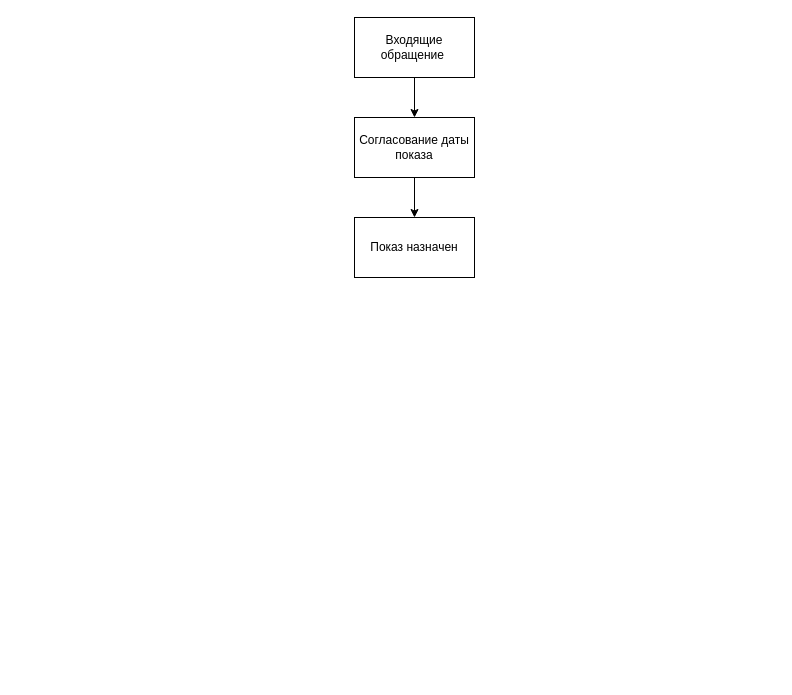
Earlier version of the draw.io diagram buyers/Untitled Diagram.drawio (Legion112/homeapp-clients-diagrams). Source tidied: cells renumbered, new cells numbered last; positions are measured from the earlier drawing's top-left corner, leaving out a move shared by most shapes. Both pictures are drawn from the tidied source at 100%, with x=0, y=0 at pixel (354, 17).
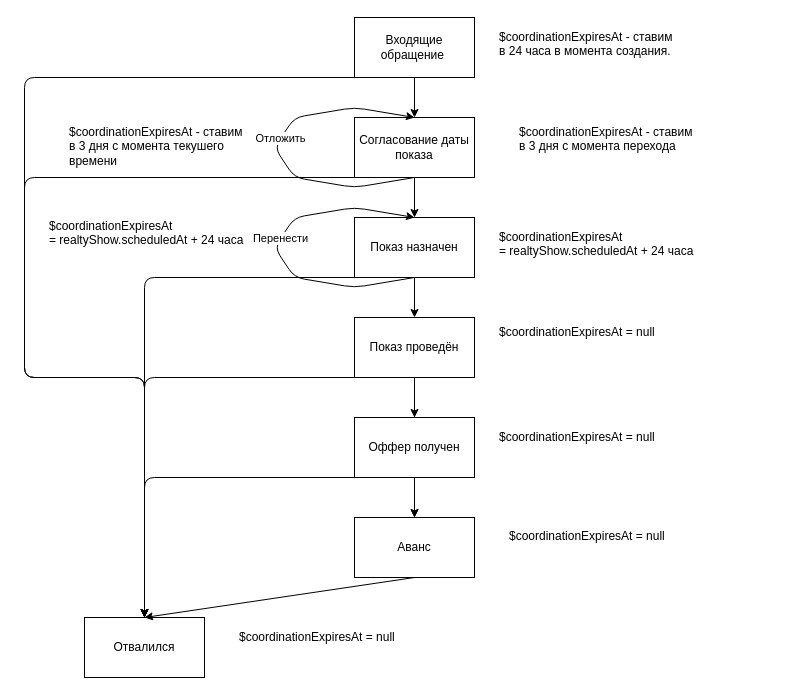
Above is the later version.

Commit message:
Finish the diagram

The change refers to these unchanged cells:
```xml
<mxCell id="3" value="Согласование даты показа" style="rounded=0;whiteSpace=wrap;html=1;" parent="1" vertex="1">
  <mxGeometry y="100" width="120" height="60" as="geometry" />
</mxCell>
```

What changed in the source:
```diff
@@
+    <mxCell id="7" style="edgeStyle=orthogonalEdgeStyle;rounded=0;jettySize=auto;html=1;" parent="1" edge="1" source="8" target="12">
+      <mxGeometry relative="1" as="geometry" />
+    </mxCell>
+    <mxCell id="8" value="Показ проведён" style="rounded=0;whiteSpace=wrap;html=1;" parent="1" vertex="1">
+      <mxGeometry y="300" width="120" height="60" as="geometry" />
+    </mxCell>
+    <mxCell id="9" style="endArrow=classic;html=1;exitX=0.5;exitY=1;exitDx=0;exitDy=0;entryX=0.5;entryY=0;entryDx=0;entryDy=0;" parent="1" edge="1" target="8">
+      <mxGeometry relative="1" as="geometry">
+        <mxPoint x="60" y="260" as="sourcePoint" />
+      </mxGeometry>
+    </mxCell>
+    <mxCell id="10" value="Оффер получен" style="rounded=0;whiteSpace=wrap;html=1;" parent="1" vertex="1">
+      <mxGeometry y="400" width="120" height="60" as="geometry" />
+    </mxCell>
+    <mxCell id="11" style="endArrow=classic;html=1;exitX=0.5;exitY=1;exitDx=0;exitDy=0;entryX=0.5;entryY=0;entryDx=0;entryDy=0;" parent="1" edge="1" target="10">
+      <mxGeometry relative="1" as="geometry">
+        <mxPoint x="60" y="360" as="sourcePoint" />
+      </mxGeometry>
+    </mxCell>
+    <mxCell id="12" value="Аванс" style="rounded=0;whiteSpace=wrap;html=1;" parent="1" vertex="1">
+      <mxGeometry y="500" width="120" height="60" as="geometry" />
+    </mxCell>
+    <mxCell id="13" style="endArrow=classic;html=1;exitX=0.5;exitY=1;exitDx=0;exitDy=0;entryX=0.5;entryY=0;entryDx=0;entryDy=0;" parent="1" edge="1" target="12">
+      <mxGeometry relative="1" as="geometry">
+        <mxPoint x="60" y="460" as="sourcePoint" />
+      </mxGeometry>
+    </mxCell>
+    <mxCell id="14" value="Отвалился" style="rounded=0;whiteSpace=wrap;html=1;" parent="1" vertex="1">
+      <mxGeometry x="-270" y="600" width="120" height="60" as="geometry" />
+    </mxCell>
+    <mxCell id="15" style="endArrow=classic;html=1;exitX=0.5;exitY=1;exitDx=0;exitDy=0;entryX=0.5;entryY=0;entryDx=0;entryDy=0;" parent="1" edge="1" target="14">
+      <mxGeometry relative="1" as="geometry">
+        <mxPoint x="60" y="560" as="sourcePoint" />
+      </mxGeometry>
+    </mxCell>
+    <mxCell id="16" value="&lt;p&gt;$coordinationExpiresAt - ставим в 24 часа в момента создания.&lt;/p&gt;" style="text;html=1;strokeColor=none;fillColor=none;spacing=5;spacingTop=-20;whiteSpace=wrap;overflow=hidden;rounded=0;" parent="1" vertex="1">
+      <mxGeometry x="140" y="11" width="190" height="49" as="geometry" />
+    </mxCell>
+    <mxCell id="17" value="&lt;p&gt;$coordinationExpiresAt - ставим в 3 дня с момента перехода&lt;/p&gt;" style="text;html=1;strokeColor=none;fillColor=none;spacing=5;spacingTop=-20;whiteSpace=wrap;overflow=hidden;rounded=0;" parent="1" vertex="1">
+      <mxGeometry x="160" y="105.5" width="190" height="49" as="geometry" />
+    </mxCell>
+    <mxCell id="18" style="endArrow=classic;html=1;exitX=0.5;exitY=1;exitDx=0;exitDy=0;" parent="1" edge="1" source="3">
+      <mxGeometry relative="1" as="geometry">
+        <mxPoint x="60" y="100" as="targetPoint" />
+        <Array as="points">
+          <mxPoint y="170" />
+          <mxPoint x="-60" y="160" />
+          <mxPoint x="-80" y="130" />
+          <mxPoint x="-60" y="100" />
+          <mxPoint y="90" />
+        </Array>
+      </mxGeometry>
+    </mxCell>
+    <mxCell id="19" value="Отложить" style="edgeLabel;html=1;align=center;verticalAlign=middle;" parent="18" vertex="1">
+      <mxGeometry x="0.07" y="1" relative="1" as="geometry" />
+    </mxCell>
+    <mxCell id="20" value="&lt;p&gt;$coordinationExpiresAt - ставим в 3 дня с момента текушего времени&lt;/p&gt;" style="text;html=1;strokeColor=none;fillColor=none;spacing=5;spacingTop=-20;whiteSpace=wrap;overflow=hidden;rounded=0;" parent="1" vertex="1">
+      <mxGeometry x="-290" y="105.5" width="190" height="49" as="geometry" />
+    </mxCell>
+    <mxCell id="21" value="&lt;p&gt;$coordinationExpiresAt =&amp;nbsp;&lt;span&gt;realtyShow.scheduledAt + 24 часа&amp;nbsp;&lt;/span&gt;&lt;/p&gt;" style="text;html=1;strokeColor=none;fillColor=none;spacing=5;spacingTop=-20;whiteSpace=wrap;overflow=hidden;rounded=0;" parent="1" vertex="1">
+      <mxGeometry x="140" y="211" width="270" height="49" as="geometry" />
+    </mxCell>
+    <mxCell id="22" style="endArrow=classic;html=1;exitX=0.5;exitY=1;exitDx=0;exitDy=0;" parent="1" edge="1">
+      <mxGeometry relative="1" as="geometry">
+        <mxPoint x="60" y="260" as="sourcePoint" />
+        <mxPoint x="60" y="200" as="targetPoint" />
+        <Array as="points">
+          <mxPoint y="270" />
+          <mxPoint x="-60" y="260" />
+          <mxPoint x="-80" y="230" />
+          <mxPoint x="-60" y="200" />
+          <mxPoint y="190" />
+        </Array>
+      </mxGeometry>
+    </mxCell>
+    <mxCell id="23" value="Перенести" style="edgeLabel;html=1;align=center;verticalAlign=middle;" parent="22" vertex="1">
+      <mxGeometry x="0.07" y="1" relative="1" as="geometry" />
+    </mxCell>
+    <mxCell id="24" value="&lt;p&gt;$coordinationExpiresAt =&amp;nbsp;&lt;span&gt;realtyShow.scheduledAt + 24 часа&amp;nbsp;&lt;/span&gt;&lt;/p&gt;" style="text;html=1;strokeColor=none;fillColor=none;spacing=5;spacingTop=-20;whiteSpace=wrap;overflow=hidden;rounded=0;" parent="1" vertex="1">
+      <mxGeometry x="-310" y="200" width="210" height="49" as="geometry" />
+    </mxCell>
+    <mxCell id="25" value="&lt;p&gt;$coordinationExpiresAt = null&lt;/p&gt;" style="text;html=1;strokeColor=none;fillColor=none;spacing=5;spacingTop=-20;whiteSpace=wrap;overflow=hidden;rounded=0;" parent="1" vertex="1">
+      <mxGeometry x="140" y="305.5" width="270" height="49" as="geometry" />
+    </mxCell>
+    <mxCell id="26" value="&lt;p&gt;$coordinationExpiresAt = null&lt;/p&gt;" style="text;html=1;strokeColor=none;fillColor=none;spacing=5;spacingTop=-20;whiteSpace=wrap;overflow=hidden;rounded=0;" parent="1" vertex="1">
+      <mxGeometry x="140" y="411" width="270" height="49" as="geometry" />
+    </mxCell>
+    <mxCell id="27" value="&lt;p&gt;$coordinationExpiresAt = null&lt;/p&gt;" style="text;html=1;strokeColor=none;fillColor=none;spacing=5;spacingTop=-20;whiteSpace=wrap;overflow=hidden;rounded=0;" parent="1" vertex="1">
+      <mxGeometry x="150" y="510" width="270" height="49" as="geometry" />
+    </mxCell>
+    <mxCell id="28" value="&lt;p&gt;$coordinationExpiresAt = null&lt;/p&gt;" style="text;html=1;strokeColor=none;fillColor=none;spacing=5;spacingTop=-20;whiteSpace=wrap;overflow=hidden;rounded=0;" parent="1" vertex="1">
+      <mxGeometry x="-120" y="611" width="270" height="49" as="geometry" />
+    </mxCell>
+    <mxCell id="29" style="endArrow=classic;html=1;exitX=0.5;exitY=1;exitDx=0;exitDy=0;" parent="1" edge="1" source="10">
+      <mxGeometry relative="1" as="geometry">
+        <mxPoint x="-210" y="600" as="targetPoint" />
+        <Array as="points">
+          <mxPoint x="-210" y="460" />
+        </Array>
+      </mxGeometry>
+    </mxCell>
+    <mxCell id="30" style="endArrow=classic;html=1;" parent="1" edge="1">
+      <mxGeometry relative="1" as="geometry">
+        <mxPoint x="60" y="360" as="sourcePoint" />
+        <mxPoint x="-210" y="600" as="targetPoint" />
+        <Array as="points">
+          <mxPoint x="-210" y="360" />
+        </Array>
+      </mxGeometry>
+    </mxCell>
+    <mxCell id="31" style="endArrow=classic;html=1;" parent="1" edge="1">
+      <mxGeometry relative="1" as="geometry">
+        <mxPoint x="60" y="260" as="sourcePoint" />
+        <mxPoint x="-210" y="600" as="targetPoint" />
+        <Array as="points">
+          <mxPoint x="-210" y="260" />
+        </Array>
+      </mxGeometry>
+    </mxCell>
+    <mxCell id="32" style="endArrow=classic;html=1;entryX=0.5;entryY=0;entryDx=0;entryDy=0;exitX=0.5;exitY=1;exitDx=0;exitDy=0;" parent="1" edge="1" source="3" target="14">
+      <mxGeometry relative="1" as="geometry">
+        <Array as="points">
+          <mxPoint x="-330" y="160" />
+          <mxPoint x="-330" y="360" />
+          <mxPoint x="-210" y="360" />
+        </Array>
+      </mxGeometry>
+    </mxCell>
+    <mxCell id="33" style="endArrow=classic;html=1;entryX=0.5;entryY=0;entryDx=0;entryDy=0;" parent="1" edge="1">
+      <mxGeometry relative="1" as="geometry">
+        <mxPoint x="60" y="60" as="sourcePoint" />
+        <mxPoint x="-210" y="600" as="targetPoint" />
+        <Array as="points">
+          <mxPoint x="-330" y="60" />
+          <mxPoint x="-330" y="360" />
+          <mxPoint x="-210" y="360" />
+        </Array>
+      </mxGeometry>
+    </mxCell>
```
